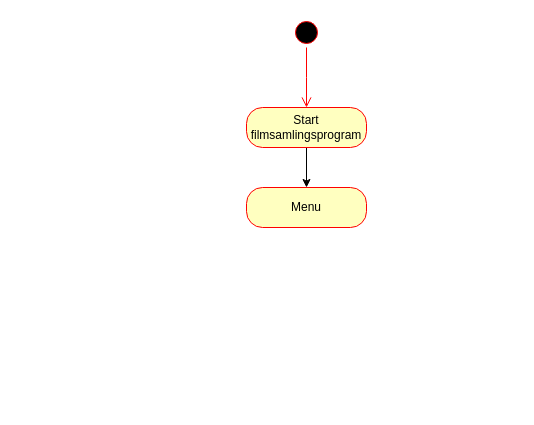
Before: Untitled Diagram.drawio in mcvildand/Filmsamlingsprojekt, a draw.io diagram. Source tidied: cells renumbered, new cells numbered last; positions are measured from the earlier drawing's top-left corner, leaving out a move shared by most shapes. Both pictures are drawn from the tidied source at 100%, with x=0, y=0 at pixel (246, 17).
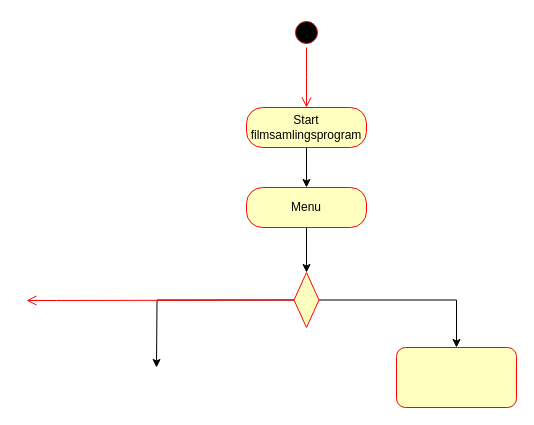
Above is the later version.

What changed in the source:
```diff
@@
 <mxGraphModel>
   <root>
     <mxCell id="0" />
     <mxCell id="1" parent="0" />
     <mxCell id="2" style="edgeStyle=orthogonalEdgeStyle;rounded=0;jettySize=auto;html=1;" parent="1" edge="1" source="3" target="4">
       <mxGeometry relative="1" as="geometry" />
     </mxCell>
     <mxCell id="3" value="Start filmsamlingsprogram" style="rounded=1;whiteSpace=wrap;html=1;arcSize=40;fontColor=#000000;fillColor=#ffffc0;strokeColor=#ff0000;" parent="1" vertex="1">
       <mxGeometry y="90" width="120" height="40" as="geometry" />
     </mxCell>
+    <mxCell id="7" style="edgeStyle=orthogonalEdgeStyle;rounded=0;jettySize=auto;html=1;" parent="1" edge="1" source="4" target="10">
+      <mxGeometry relative="1" as="geometry" />
+    </mxCell>
     <mxCell id="4" value="Menu" style="rounded=1;whiteSpace=wrap;html=1;arcSize=40;fontColor=#000000;fillColor=#ffffc0;strokeColor=#ff0000;" parent="1" vertex="1">
       <mxGeometry y="170" width="120" height="40" as="geometry" />
     </mxCell>
     <mxCell id="5" style="ellipse;html=1;shape=startState;fillColor=#000000;strokeColor=#ff0000;" parent="1" vertex="1">
       <mxGeometry x="45" width="30" height="30" as="geometry" />
     </mxCell>
     <mxCell id="6" style="edgeStyle=orthogonalEdgeStyle;html=1;verticalAlign=bottom;endArrow=open;endSize=8;strokeColor=#ff0000;rounded=0;" parent="1" edge="1" source="5">
       <mxGeometry relative="1" as="geometry">
         <mxPoint x="60" y="90" as="targetPoint" />
       </mxGeometry>
     </mxCell>
+    <mxCell id="8" style="edgeStyle=orthogonalEdgeStyle;rounded=0;jettySize=auto;html=1;" parent="1" edge="1" source="10">
+      <mxGeometry relative="1" as="geometry">
+        <mxPoint x="-90" y="350" as="targetPoint" />
+      </mxGeometry>
+    </mxCell>
+    <mxCell id="9" style="edgeStyle=orthogonalEdgeStyle;rounded=0;jettySize=auto;html=1;" parent="1" edge="1" source="10" target="13">
+      <mxGeometry relative="1" as="geometry" />
+    </mxCell>
+    <mxCell id="10" style="rhombus;whiteSpace=wrap;html=1;fontColor=#000000;fillColor=#ffffc0;strokeColor=#ff0000;rotation=90;" parent="1" vertex="1">
+      <mxGeometry x="32.5" y="270" width="55" height="25" as="geometry" />
+    </mxCell>
+    <mxCell id="11" style="edgeStyle=orthogonalEdgeStyle;html=1;align=left;verticalAlign=top;endArrow=open;endSize=8;strokeColor=#ff0000;rounded=0;" parent="1" edge="1" source="10">
+      <mxGeometry x="-1" relative="1" as="geometry">
+        <mxPoint x="-220" y="283" as="targetPoint" />
+        <Array as="points">
+          <mxPoint x="-190" y="283" />
+        </Array>
+      </mxGeometry>
+    </mxCell>
+    <mxCell id="12" style="edgeStyle=orthogonalEdgeStyle;rounded=0;orthogonalLoop=1;jettySize=auto;html=1;exitX=1;exitY=0.5;exitDx=0;exitDy=0;" parent="1" edge="1" source="10" target="10">
+      <mxGeometry relative="1" as="geometry" />
+    </mxCell>
+    <mxCell id="13" style="rounded=1;whiteSpace=wrap;html=1;fillColor=#ffffc0;strokeColor=#ff0000;fontColor=#000000;" parent="1" vertex="1">
+      <mxGeometry x="150" y="330" width="120" height="60" as="geometry" />
+    </mxCell>
   </root>
 </mxGraphModel>
```
